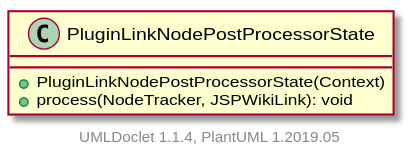
This is apidocs/2.11.0.M8-SNAPSHOT/org/apache/wiki/markdown/extensions/jspwikilinks/postprocessor/PluginLinkNodePostProcessorState.svg from apache/jspwiki-site, a PlantUML export, as it was before one commit. Its diagram source:
```plantuml
@startuml

    class PluginLinkNodePostProcessorState [[PluginLinkNodePostProcessorState.html]] {
        +PluginLinkNodePostProcessorState(Context)
        +process(NodeTracker, JSPWikiLink): void
    }


    center footer UMLDoclet 1.1.4, PlantUML 1.2019.05
@enduml
```
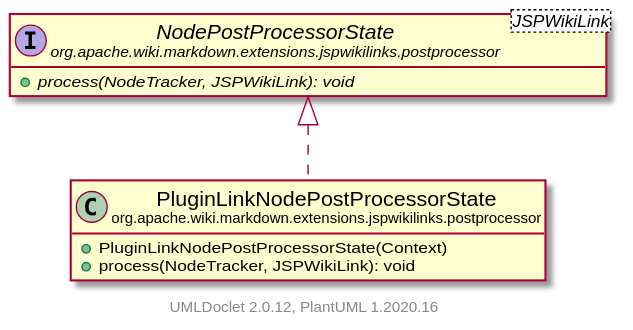
After the change.

Diff of the diagram source:
```diff
@@ -1,10 +1,18 @@
 @startuml
+    set namespaceSeparator none
+    hide empty fields
+    hide empty methods
 
-    class PluginLinkNodePostProcessorState [[PluginLinkNodePostProcessorState.html]] {
+    class "<size:14>PluginLinkNodePostProcessorState\n<size:10>org.apache.wiki.markdown.extensions.jspwikilinks.postprocessor" as org.apache.wiki.markdown.extensions.jspwikilinks.postprocessor.PluginLinkNodePostProcessorState [[PluginLinkNodePostProcessorState.html]] {
         +PluginLinkNodePostProcessorState(Context)
         +process(NodeTracker, JSPWikiLink): void
     }
 
+    interface "<size:14>NodePostProcessorState\n<size:10>org.apache.wiki.markdown.extensions.jspwikilinks.postprocessor" as org.apache.wiki.markdown.extensions.jspwikilinks.postprocessor.NodePostProcessorState<JSPWikiLink> [[NodePostProcessorState.html]] {
+        {abstract} +process(NodeTracker, JSPWikiLink): void
+    }
 
-    center footer UMLDoclet 1.1.4, PlantUML 1.2019.05
+    org.apache.wiki.markdown.extensions.jspwikilinks.postprocessor.NodePostProcessorState <|.. org.apache.wiki.markdown.extensions.jspwikilinks.postprocessor.PluginLinkNodePostProcessorState
+
+    center footer UMLDoclet 2.0.12, PlantUML 1.2020.16
 @enduml
```
